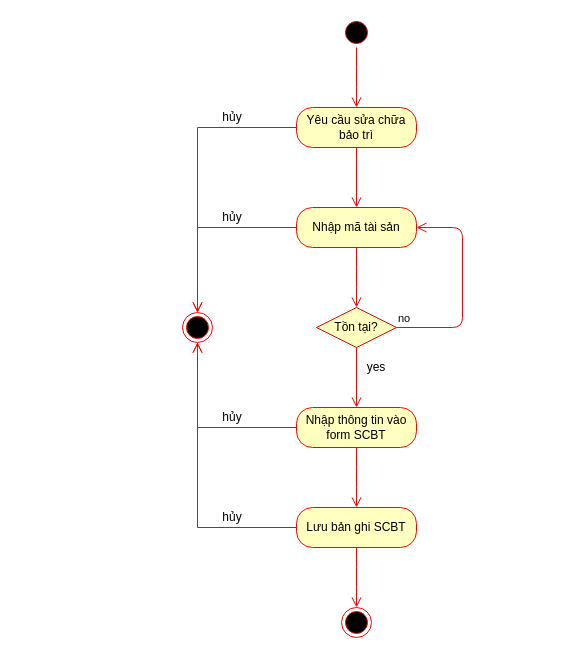
Earlier version of the draw.io diagram page "sửa chữa bảo trì" (4 of 4) of PJ 2B Activity Diagram.drawio (LocalHost127000/OODA). Source tidied: cells renumbered, new cells numbered last; positions are measured from the earlier drawing's top-left corner, leaving out a move shared by most shapes. Both pictures are drawn from the tidied source at 100%, with x=0, y=0 at pixel (182, 17).
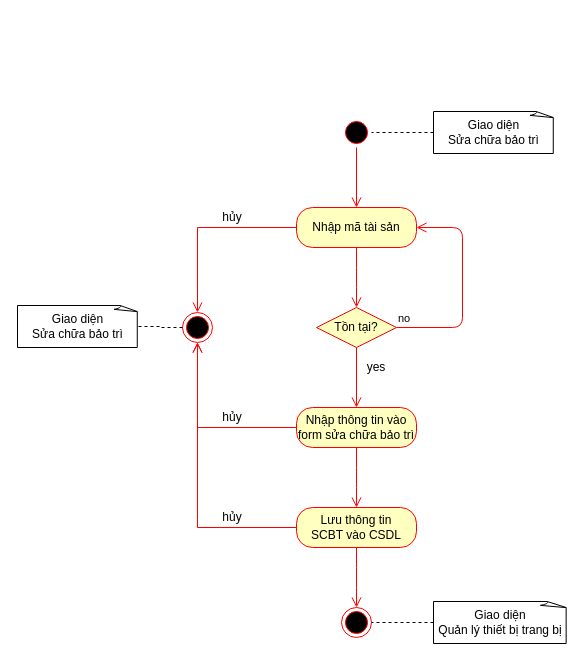
Above is the later version.

Unchanged cells that the change refers to:
```xml
<mxCell id="8" value="Nhập mã tài sản" style="rounded=1;whiteSpace=wrap;html=1;arcSize=40;fontColor=#000000;fillColor=#ffffc0;strokeColor=#ff0000;" parent="1" vertex="1">
  <mxGeometry x="114" y="190" width="120" height="40" as="geometry" />
</mxCell>
<mxCell id="21" style="ellipse;html=1;shape=endState;fillColor=#000000;strokeColor=#ff0000;" parent="1" vertex="1">
  <mxGeometry y="295" width="30" height="30" as="geometry" />
</mxCell>
```

What changed in the source:
```diff
@@
     <mxCell id="2" style="ellipse;html=1;shape=startState;fillColor=#000000;strokeColor=#ff0000;" parent="1" vertex="1">
-      <mxGeometry x="159" width="30" height="30" as="geometry" />
+      <mxGeometry x="159" y="100" width="30" height="30" as="geometry" />
     </mxCell>
-    <mxCell id="3" style="edgeStyle=orthogonalEdgeStyle;html=1;verticalAlign=bottom;endArrow=open;endSize=8;strokeColor=#ff0000;" parent="1" edge="1" source="2">
-      <mxGeometry relative="1" as="geometry">
-        <mxPoint x="174" y="90" as="targetPoint" />
-      </mxGeometry>
+    <mxCell id="3" style="edgeStyle=orthogonalEdgeStyle;html=1;verticalAlign=bottom;endArrow=open;endSize=8;strokeColor=#ff0000;" parent="1" edge="1" source="2" target="8">
+      <mxGeometry relative="1" as="geometry" />
     </mxCell>
-    <mxCell id="4" style="edgeStyle=orthogonalEdgeStyle;rounded=0;jettySize=auto;html=1;startSize=7;endArrow=open;endFill=0;endSize=8;strokeColor=#FF0000;" parent="1" edge="1" source="6" target="8">
-      <mxGeometry relative="1" as="geometry" />
-    </mxCell>
-    <mxCell id="5" style="edgeStyle=orthogonalEdgeStyle;rounded=0;jettySize=auto;html=1;startSize=7;endArrow=open;endFill=0;endSize=8;strokeColor=#FF0000;" parent="1" edge="1" source="6" target="21">
-      <mxGeometry relative="1" as="geometry" />
-    </mxCell>
-    <mxCell id="6" value="Yêu cầu sửa chữa&lt;br&gt;bảo trì" style="rounded=1;whiteSpace=wrap;html=1;arcSize=40;fontColor=#000000;fillColor=#ffffc0;strokeColor=#ff0000;" parent="1" vertex="1">
-      <mxGeometry x="114" y="90" width="120" height="40" as="geometry" />
-    </mxCell>
@@
-    <mxCell id="14" value="Nhập thông tin vào form SCBT" style="rounded=1;whiteSpace=wrap;html=1;arcSize=40;fontColor=#000000;fillColor=#ffffc0;strokeColor=#ff0000;" parent="1" vertex="1">
+    <mxCell id="14" value="Nhập thông tin vào form sửa chữa bảo trì" style="rounded=1;whiteSpace=wrap;html=1;arcSize=40;fontColor=#000000;fillColor=#ffffc0;strokeColor=#ff0000;" parent="1" vertex="1">
       <mxGeometry x="114" y="390" width="120" height="40" as="geometry" />
     </mxCell>
@@
-    <mxCell id="18" value="Lưu bản ghi SCBT" style="rounded=1;whiteSpace=wrap;html=1;arcSize=40;fontColor=#000000;fillColor=#ffffc0;strokeColor=#ff0000;" parent="1" vertex="1">
+    <mxCell id="18" value="Lưu thông tin&lt;br&gt;SCBT vào CSDL" style="rounded=1;whiteSpace=wrap;html=1;arcSize=40;fontColor=#000000;fillColor=#ffffc0;strokeColor=#ff0000;" parent="1" vertex="1">
       <mxGeometry x="114" y="490" width="120" height="40" as="geometry" />
     </mxCell>
@@
-    <mxCell id="22" value="hủy" style="text;html=1;strokeColor=none;fillColor=none;align=center;verticalAlign=middle;whiteSpace=wrap;rounded=0;" parent="1" vertex="1">
-      <mxGeometry x="30" y="90" width="40" height="20" as="geometry" />
-    </mxCell>
@@
+    <mxCell id="26" style="edgeStyle=orthogonalEdgeStyle;rounded=0;jettySize=auto;html=1;endArrow=none;endFill=0;dashed=1;" parent="1" edge="1" source="27">
+      <mxGeometry relative="1" as="geometry">
+        <mxPoint x="189" y="115" as="targetPoint" />
+      </mxGeometry>
+    </mxCell>
+    <mxCell id="27" value="Giao diện&lt;br&gt;Sửa chữa bảo trì" style="whiteSpace=wrap;html=1;shape=mxgraph.basic.document;perimeterSpacing=0;" parent="1" vertex="1">
+      <mxGeometry x="251" y="94" width="121" height="42" as="geometry" />
+    </mxCell>
+    <mxCell id="28" style="edgeStyle=orthogonalEdgeStyle;rounded=0;jettySize=auto;html=1;endArrow=none;endFill=0;dashed=1;" parent="1" edge="1" source="29">
+      <mxGeometry relative="1" as="geometry">
+        <mxPoint x="189" y="605" as="targetPoint" />
+      </mxGeometry>
+    </mxCell>
+    <mxCell id="29" value="Giao diện&lt;br&gt;Quản lý thiết bị trang bị" style="whiteSpace=wrap;html=1;shape=mxgraph.basic.document;perimeterSpacing=0;" parent="1" vertex="1">
+      <mxGeometry x="251" y="584" width="134" height="42" as="geometry" />
+    </mxCell>
+    <mxCell id="30" style="edgeStyle=orthogonalEdgeStyle;rounded=0;jettySize=auto;html=1;endArrow=none;endFill=0;dashed=1;" parent="1" edge="1" source="31" target="21">
+      <mxGeometry relative="1" as="geometry" />
+    </mxCell>
+    <mxCell id="31" value="Giao diện&lt;br&gt;Sửa chữa bảo trì" style="whiteSpace=wrap;html=1;shape=mxgraph.basic.document;perimeterSpacing=0;" parent="1" vertex="1">
+      <mxGeometry x="-165" y="288" width="121" height="42" as="geometry" />
+    </mxCell>
```
